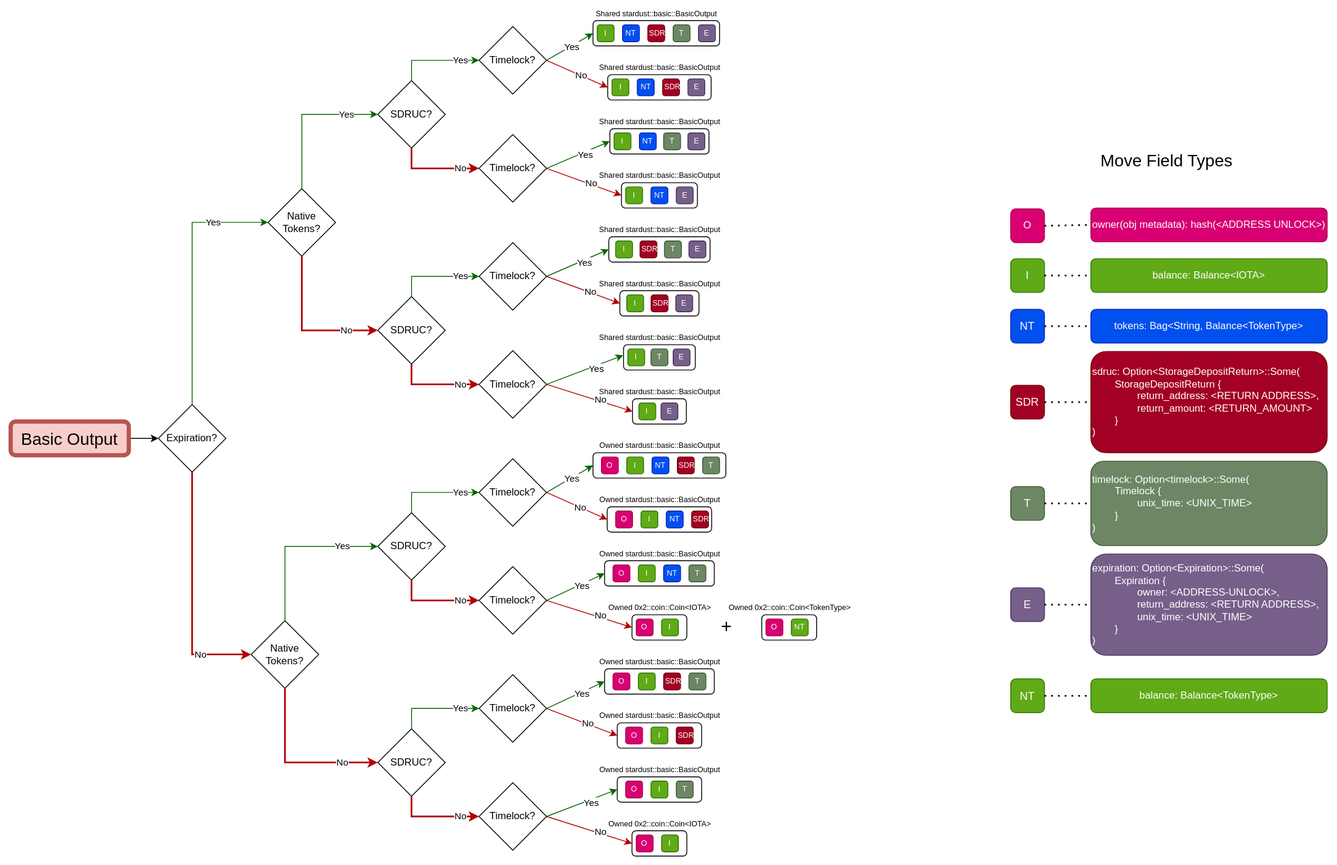
The draw.io diagram crates/iota-framework/packages/stardust/basic_migration_graph.svg in iotaledger/iota, before a commit. Source tidied: cells renumbered, new cells last; positions are measured from the earlier drawing's top-left corner, leaving out a move shared by most shapes.
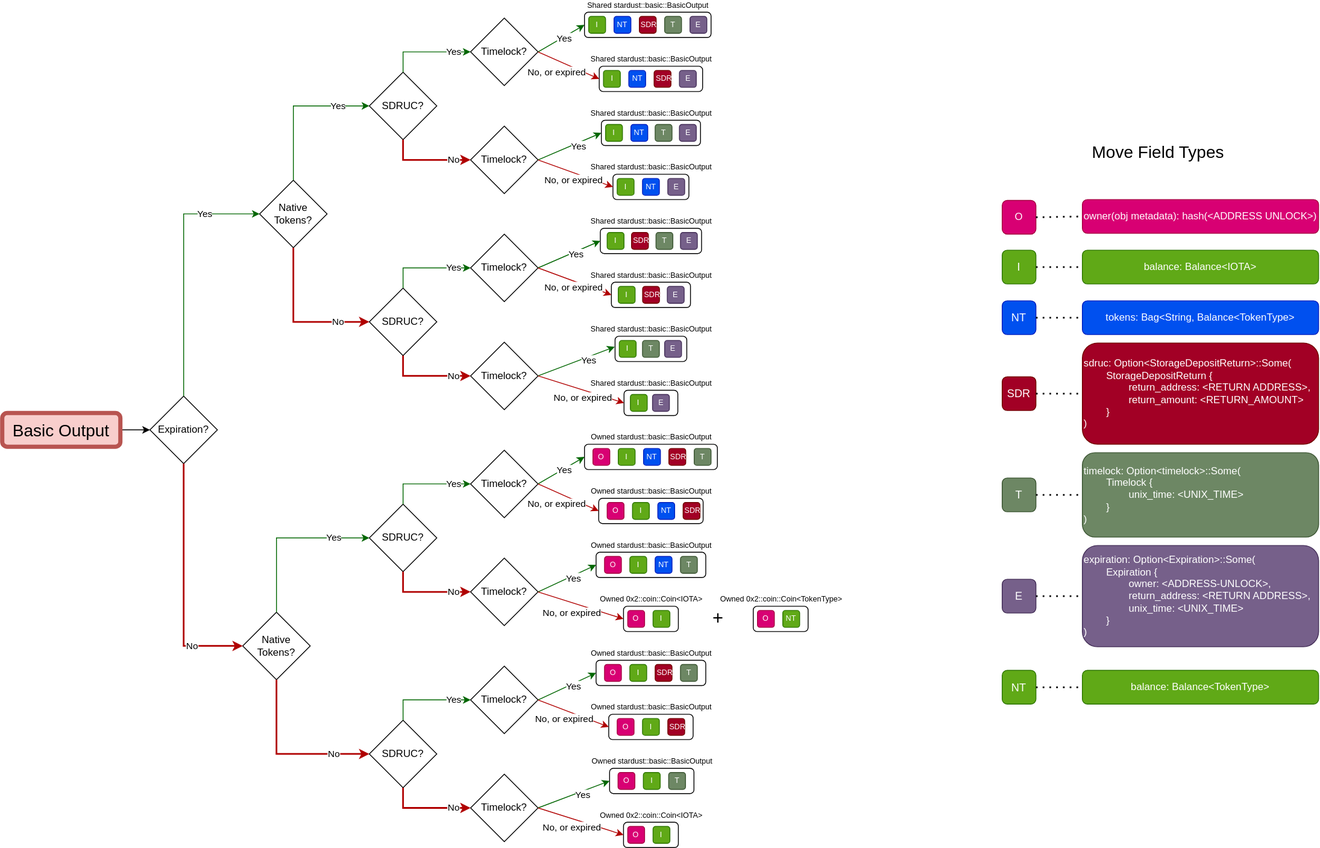
Above is the later version.

Change to the diagram source:
```diff
@@ -138,7 +138,7 @@
       <mxGeometry x="0.57" y="1" relative="1" as="geometry" />
     </mxCell>
     <mxCell id="47" style="group;" parent="1" vertex="1">
-      <mxGeometry x="718.8" y="896" width="100" height="30" as="geometry" />
+      <mxGeometry x="719.8" y="896" width="100" height="30" as="geometry" />
     </mxCell>
     <mxCell id="48" value="&lt;font style=&quot;font-size: 9px;&quot;&gt;Owned stardust::basic::BasicOutput&lt;/font&gt;" style="rounded=1;html=1;labelPosition=center;verticalLabelPosition=top;align=center;verticalAlign=bottom;fontSize=9;strokeWidth=1;" parent="47" vertex="1">
       <mxGeometry width="100" height="30" as="geometry" />
@@ -388,9 +388,9 @@
     <mxCell id="129" style="endArrow=classic;html=1;rounded=0;exitX=1;exitY=0.5;exitDx=0;exitDy=0;entryX=0;entryY=0.5;entryDx=0;entryDy=0;strokeColor=#B00000;" parent="1" edge="1" source="11" target="68">
       <mxGeometry relative="1" as="geometry" />
     </mxCell>
-    <mxCell id="130" value="No" style="edgeLabel;html=1;align=center;verticalAlign=middle;" parent="129" vertex="1">
+    <mxCell id="130" value="No, or expired" style="edgeLabel;html=1;align=center;verticalAlign=middle;" parent="129" vertex="1">
       <mxGeometry x="0.57" y="1" relative="1" as="geometry">
-        <mxPoint x="-17" y="-7" as="offset" />
+        <mxPoint x="-37" y="-2" as="offset" />
       </mxGeometry>
     </mxCell>
     <mxCell id="131" style="endArrow=classic;html=1;rounded=0;exitX=1;exitY=0.5;exitDx=0;exitDy=0;entryX=0;entryY=0.5;entryDx=0;entryDy=0;strokeColor=#006600;" parent="1" edge="1" source="12" target="74">
@@ -452,41 +452,41 @@
     <mxCell id="145" style="endArrow=classic;html=1;rounded=0;exitX=1;exitY=0.5;exitDx=0;exitDy=0;entryX=0;entryY=0.5;entryDx=0;entryDy=0;strokeColor=#B00000;" parent="1" edge="1" source="12" target="80">
       <mxGeometry relative="1" as="geometry" />
     </mxCell>
-    <mxCell id="146" value="No" style="edgeLabel;html=1;align=center;verticalAlign=middle;" parent="145" vertex="1">
+    <mxCell id="146" value="No, or expired" style="edgeLabel;html=1;align=center;verticalAlign=middle;" parent="145" vertex="1">
       <mxGeometry x="0.57" y="1" relative="1" as="geometry">
-        <mxPoint x="-17" y="-7" as="offset" />
+        <mxPoint x="-30" y="-2" as="offset" />
       </mxGeometry>
     </mxCell>
     <mxCell id="147" style="endArrow=classic;html=1;rounded=0;exitX=1;exitY=0.5;exitDx=0;exitDy=0;entryX=0;entryY=0.5;entryDx=0;entryDy=0;strokeColor=#B00000;" parent="1" edge="1" source="13" target="91">
       <mxGeometry relative="1" as="geometry" />
     </mxCell>
-    <mxCell id="148" value="No" style="edgeLabel;html=1;align=center;verticalAlign=middle;" parent="147" vertex="1">
+    <mxCell id="148" value="No, or expired" style="edgeLabel;html=1;align=center;verticalAlign=middle;" parent="147" vertex="1">
       <mxGeometry x="0.57" y="1" relative="1" as="geometry">
-        <mxPoint x="-17" y="-7" as="offset" />
+        <mxPoint x="-28" y="-2" as="offset" />
       </mxGeometry>
     </mxCell>
     <mxCell id="149" style="endArrow=classic;html=1;rounded=0;exitX=1;exitY=0.5;exitDx=0;exitDy=0;entryX=0;entryY=0.5;entryDx=0;entryDy=0;strokeColor=#B00000;" parent="1" edge="1" source="14" target="101">
       <mxGeometry relative="1" as="geometry" />
     </mxCell>
-    <mxCell id="150" value="No" style="edgeLabel;html=1;align=center;verticalAlign=middle;" parent="149" vertex="1">
+    <mxCell id="150" value="No, or expired" style="edgeLabel;html=1;align=center;verticalAlign=middle;" parent="149" vertex="1">
       <mxGeometry x="0.57" y="1" relative="1" as="geometry">
-        <mxPoint x="-17" y="-7" as="offset" />
+        <mxPoint x="-30" as="offset" />
       </mxGeometry>
     </mxCell>
     <mxCell id="151" style="endArrow=classic;html=1;rounded=0;exitX=1;exitY=0.5;exitDx=0;exitDy=0;entryX=0;entryY=0.5;entryDx=0;entryDy=0;strokeColor=#B00000;" parent="1" edge="1" source="15" target="112">
       <mxGeometry relative="1" as="geometry" />
     </mxCell>
-    <mxCell id="152" value="No" style="edgeLabel;html=1;align=center;verticalAlign=middle;" parent="151" vertex="1">
+    <mxCell id="152" value="No, or expired" style="edgeLabel;html=1;align=center;verticalAlign=middle;" parent="151" vertex="1">
       <mxGeometry x="0.57" y="1" relative="1" as="geometry">
-        <mxPoint x="-17" y="-7" as="offset" />
+        <mxPoint x="-37" y="-2" as="offset" />
       </mxGeometry>
     </mxCell>
     <mxCell id="153" style="endArrow=classic;html=1;rounded=0;exitX=1;exitY=0.5;exitDx=0;exitDy=0;entryX=0;entryY=0.5;entryDx=0;entryDy=0;strokeColor=#B00000;" parent="1" edge="1" source="16" target="124">
       <mxGeometry relative="1" as="geometry" />
     </mxCell>
-    <mxCell id="154" value="No" style="edgeLabel;html=1;align=center;verticalAlign=middle;" parent="153" vertex="1">
+    <mxCell id="154" value="No, or expired" style="edgeLabel;html=1;align=center;verticalAlign=middle;" parent="153" vertex="1">
       <mxGeometry x="0.57" y="1" relative="1" as="geometry">
-        <mxPoint x="-17" y="-7" as="offset" />
+        <mxPoint x="-40" as="offset" />
       </mxGeometry>
     </mxCell>
     <mxCell id="155" value="+" style="text;html=1;align=center;verticalAlign=middle;strokeColor=none;fillColor=none;fontSize=22;" parent="1" vertex="1">
@@ -495,17 +495,17 @@
     <mxCell id="156" style="endArrow=classic;html=1;rounded=0;exitX=1;exitY=0.5;exitDx=0;exitDy=0;entryX=0;entryY=0.5;entryDx=0;entryDy=0;strokeColor=#B00000;" parent="1" edge="1" source="17" target="57">
       <mxGeometry relative="1" as="geometry" />
     </mxCell>
-    <mxCell id="157" value="No" style="edgeLabel;html=1;align=center;verticalAlign=middle;" parent="156" vertex="1">
+    <mxCell id="157" value="No, or expired" style="edgeLabel;html=1;align=center;verticalAlign=middle;" parent="156" vertex="1">
       <mxGeometry x="0.57" y="1" relative="1" as="geometry">
-        <mxPoint x="-17" y="-7" as="offset" />
+        <mxPoint x="-36" y="-2" as="offset" />
       </mxGeometry>
     </mxCell>
     <mxCell id="158" style="endArrow=classic;html=1;rounded=0;exitX=1;exitY=0.5;exitDx=0;exitDy=0;entryX=0;entryY=0.5;entryDx=0;entryDy=0;strokeColor=#B00000;" parent="1" edge="1" source="18" target="53">
       <mxGeometry relative="1" as="geometry" />
     </mxCell>
-    <mxCell id="159" value="No" style="edgeLabel;html=1;align=center;verticalAlign=middle;" parent="158" vertex="1">
+    <mxCell id="159" value="No, or expired" style="edgeLabel;html=1;align=center;verticalAlign=middle;" parent="158" vertex="1">
       <mxGeometry x="0.57" y="1" relative="1" as="geometry">
-        <mxPoint x="-17" y="-7" as="offset" />
+        <mxPoint x="-40" y="-2" as="offset" />
       </mxGeometry>
     </mxCell>
     <mxCell id="160" value="tokens: Bag&amp;lt;String, Balance&amp;lt;TokenType&amp;gt;" style="rounded=1;whiteSpace=wrap;html=1;fillColor=#0050ef;strokeColor=#001DBC;align=center;fontColor=#ffffff;" parent="1" vertex="1">
```
